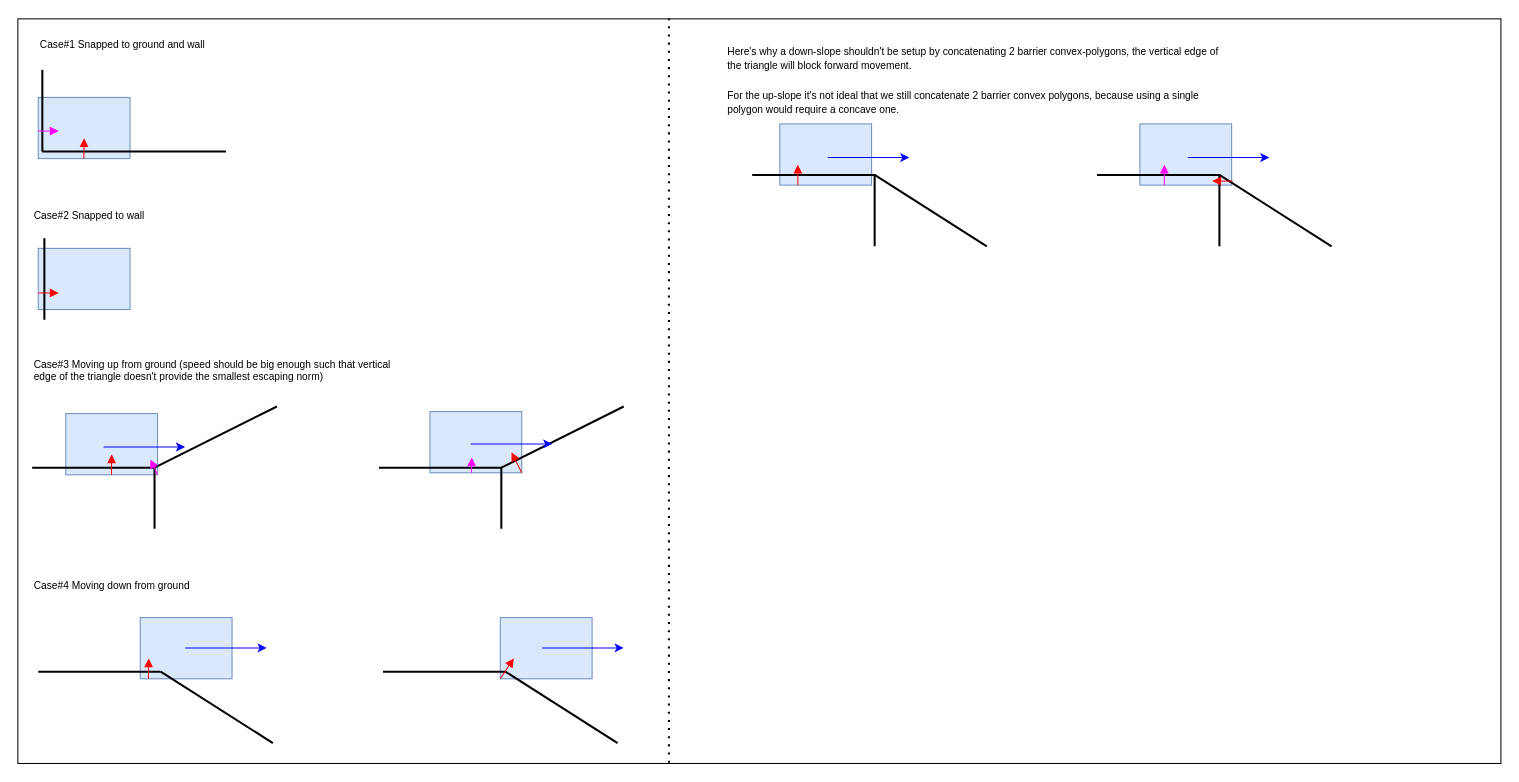
Before: page "MultiHardPushbacks" (7 of 7) of charts/DelayNoMore.drawio in genxium/DelayNoMoreUnity, a draw.io diagram. Source tidied: cells renumbered, new cells numbered last; positions are measured from the earlier drawing's top-left corner, leaving out a move shared by most shapes. Both pictures are drawn from the tidied source at 102%, with x=0, y=0 at pixel (17, 18).
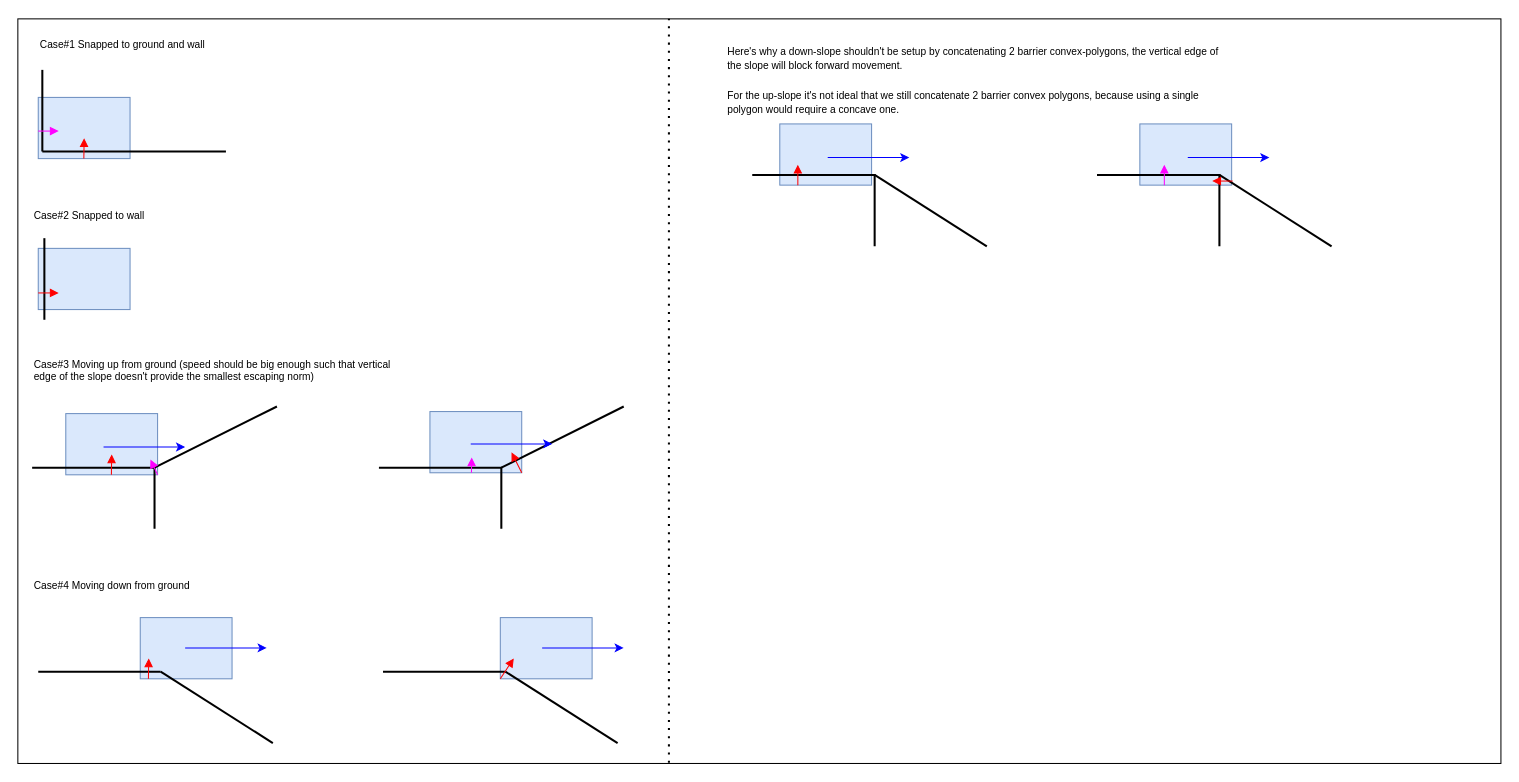
After the change.

Commit message (it also covers changes not shown here):
Updated test case to cover an actual up-slope walking.

Change to the diagram source:
```diff
@@
-    <mxCell id="23" value="&lt;font style=&quot;font-size: 10px&quot;&gt;Here's why a down-slope shouldn't be setup by concatenating 2 barrier convex-polygons, the vertical edge of the triangle will block forward movement.&lt;br&gt;&lt;br&gt;For the up-slope it's not ideal that we still concatenate 2 barrier convex polygons, because using a single polygon would require a concave one.&amp;nbsp;&lt;/font&gt;" style="text;html=1;strokeColor=none;fillColor=none;align=left;verticalAlign=middle;whiteSpace=wrap;rounded=0;" parent="1" vertex="1">
+    <mxCell id="23" value="&lt;font style=&quot;font-size: 10px&quot;&gt;Here's why a down-slope shouldn't be setup by concatenating 2 barrier convex-polygons, the vertical edge of the slope will block forward movement.&lt;br&gt;&lt;br&gt;For the up-slope it's not ideal that we still concatenate 2 barrier convex polygons, because using a single polygon would require a concave one.&amp;nbsp;&lt;/font&gt;" style="text;html=1;strokeColor=none;fillColor=none;align=left;verticalAlign=middle;whiteSpace=wrap;rounded=0;" parent="1" vertex="1">
       <mxGeometry x="694" y="30" width="490" height="60" as="geometry" />
     </mxCell>
@@
-    <mxCell id="46" value="Case#3 Moving up from ground (speed should be big enough such that vertical edge of the triangle doesn't provide the smallest escaping norm)" style="text;html=1;strokeColor=none;fillColor=none;align=left;verticalAlign=middle;whiteSpace=wrap;rounded=0;fontSize=10;" parent="1" vertex="1">
+    <mxCell id="46" value="Case#3 Moving up from ground (speed should be big enough such that vertical edge of the slope doesn't provide the smallest escaping norm)" style="text;html=1;strokeColor=none;fillColor=none;align=left;verticalAlign=middle;whiteSpace=wrap;rounded=0;fontSize=10;" parent="1" vertex="1">
       <mxGeometry x="14" y="330" width="370" height="30" as="geometry" />
     </mxCell>
```
